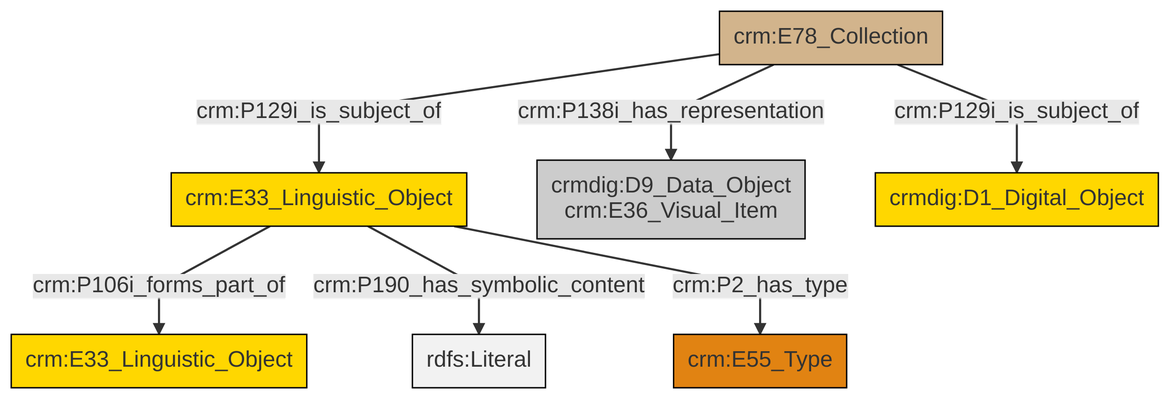
Earlier version of the Mermaid export et/archivalCSV/ttl/mmd/png/archival_docs.png (swiss-art-research-net/docs.swissartresearch). Its source is kept beside it as et/archivalCSV/ttl/mmd/archival_docs.ttl.mmd.
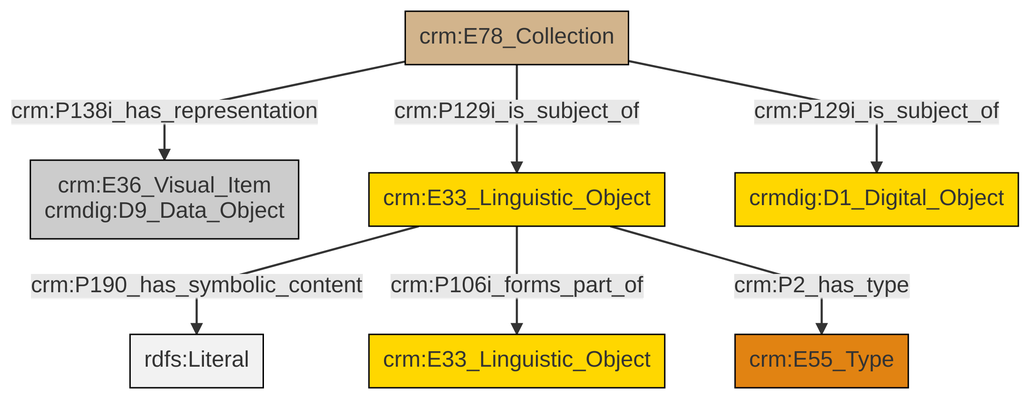
The same diagram one commit later.

Change to the diagram source:
```diff
@@ -13,9 +13,9 @@
 classDef PC_Classes fill:#4ce600, stroke:#000000;
 classDef Multi fill:#cccccc,stroke:#000000;
 
-0["crm:E78_Collection"]:::Physical_Thing -->|crm:P129i_is_subject_of| 1["crm:E33_Linguistic_Object"]:::Conceptual_Object
-0["crm:E78_Collection"]:::Physical_Thing -->|crm:P129i_is_subject_of| 4["crmdig:D1_Digital_Object"]:::Conceptual_Object
-1["crm:E33_Linguistic_Object"]:::Conceptual_Object -->|crm:P106i_forms_part_of| 12["crm:E33_Linguistic_Object"]:::Conceptual_Object
-0["crm:E78_Collection"]:::Physical_Thing -->|crm:P138i_has_representation| 2["crmdig:D9_Data_Object<br>crm:E36_Visual_Item"]:::Multi
-1["crm:E33_Linguistic_Object"]:::Conceptual_Object -->|crm:P190_has_symbolic_content| 14[rdfs:Literal]:::Literal
-1["crm:E33_Linguistic_Object"]:::Conceptual_Object -->|crm:P2_has_type| 5["crm:E55_Type"]:::Type
+2["crm:E78_Collection"]:::Physical_Thing -->|crm:P138i_has_representation| 0["crm:E36_Visual_Item<br>crmdig:D9_Data_Object"]:::Multi
+3["crm:E33_Linguistic_Object"]:::Conceptual_Object -->|crm:P190_has_symbolic_content| 10[rdfs:Literal]:::Literal
+2["crm:E78_Collection"]:::Physical_Thing -->|crm:P129i_is_subject_of| 8["crmdig:D1_Digital_Object"]:::Conceptual_Object
+3["crm:E33_Linguistic_Object"]:::Conceptual_Object -->|crm:P106i_forms_part_of| 12["crm:E33_Linguistic_Object"]:::Conceptual_Object
+3["crm:E33_Linguistic_Object"]:::Conceptual_Object -->|crm:P2_has_type| 5["crm:E55_Type"]:::Type
+2["crm:E78_Collection"]:::Physical_Thing -->|crm:P129i_is_subject_of| 3["crm:E33_Linguistic_Object"]:::Conceptual_Object
```
